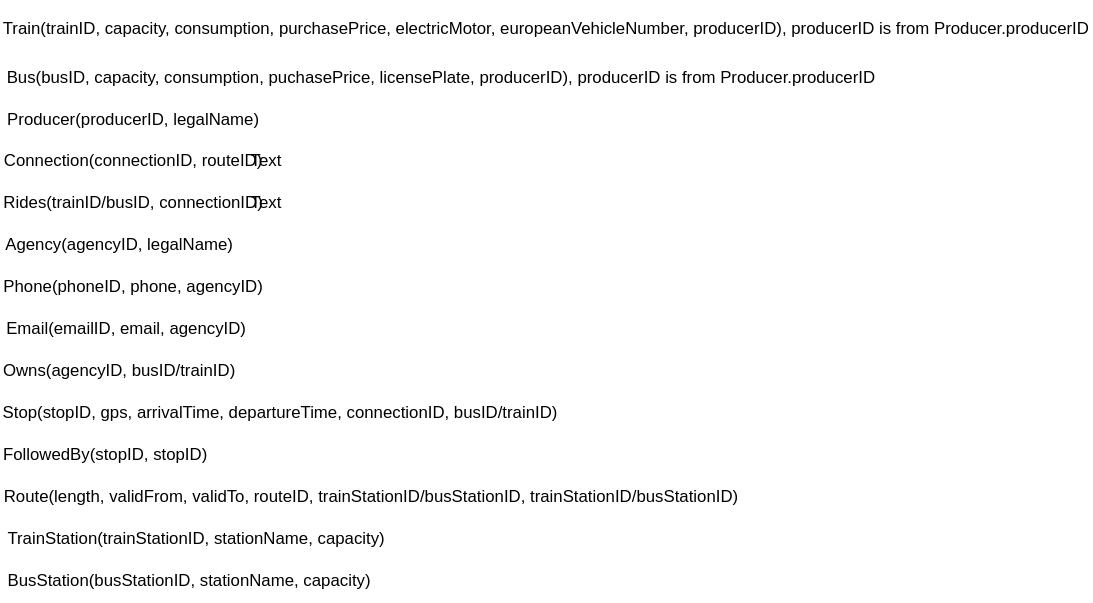
This is 4/model/relational.svg from zhukovdm/T1G4, a draw.io export, as it was before one commit. Source tidied: cells renumbered, new cells last; positions are measured from the earlier drawing's top-left corner, leaving out a move shared by most shapes. Source of this version:
```xml
<mxGraphModel>
  <root>
    <mxCell id="0" />
    <mxCell id="1" parent="0" />
    <mxCell id="2" value="Train(trainID, capacity, consumption, purchasePrice, electricMotor, europeanVehicleNumber, producerID), producerID is from Producer.producerID" style="text;html=1;strokeColor=none;fillColor=none;align=center;verticalAlign=middle;whiteSpace=wrap;rounded=0;" parent="1" vertex="1">
      <mxGeometry width="780" height="40" as="geometry" />
    </mxCell>
    <mxCell id="3" value="Bus(busID, capacity, consumption, puchasePrice, licensePlate, producerID), producerID is from Producer.producerID" style="text;html=1;strokeColor=none;fillColor=none;align=center;verticalAlign=middle;whiteSpace=wrap;rounded=0;" parent="1" vertex="1">
      <mxGeometry y="40" width="630" height="30" as="geometry" />
    </mxCell>
    <mxCell id="4" value="Producer(producerID, legalName)" style="text;html=1;strokeColor=none;fillColor=none;align=center;verticalAlign=middle;whiteSpace=wrap;rounded=0;" parent="1" vertex="1">
      <mxGeometry y="70" width="190" height="30" as="geometry" />
    </mxCell>
    <mxCell id="5" value="Connection(connectionID, routeID)" style="text;html=1;strokeColor=none;fillColor=none;align=center;verticalAlign=middle;whiteSpace=wrap;rounded=0;" parent="1" vertex="1">
      <mxGeometry y="100" width="190" height="30" as="geometry" />
    </mxCell>
    <mxCell id="6" value="Rides(trainID/busID, connectionID)" style="text;html=1;strokeColor=none;fillColor=none;align=center;verticalAlign=middle;whiteSpace=wrap;rounded=0;" parent="1" vertex="1">
      <mxGeometry y="130" width="190" height="30" as="geometry" />
    </mxCell>
    <mxCell id="7" value="Agency(agencyID, legalName)" style="text;html=1;strokeColor=none;fillColor=none;align=center;verticalAlign=middle;whiteSpace=wrap;rounded=0;" parent="1" vertex="1">
      <mxGeometry y="160" width="170" height="30" as="geometry" />
    </mxCell>
    <mxCell id="8" value="Phone(phoneID, phone, agencyID)" style="text;html=1;strokeColor=none;fillColor=none;align=center;verticalAlign=middle;whiteSpace=wrap;rounded=0;" parent="1" vertex="1">
      <mxGeometry y="190" width="190" height="30" as="geometry" />
    </mxCell>
    <mxCell id="9" value="Email(emailID, email, agencyID)" style="text;html=1;strokeColor=none;fillColor=none;align=center;verticalAlign=middle;whiteSpace=wrap;rounded=0;" parent="1" vertex="1">
      <mxGeometry y="220" width="180" height="30" as="geometry" />
    </mxCell>
    <mxCell id="10" value="Owns(agencyID, busID/trainID)" style="text;html=1;strokeColor=none;fillColor=none;align=center;verticalAlign=middle;whiteSpace=wrap;rounded=0;" parent="1" vertex="1">
      <mxGeometry y="250" width="170" height="30" as="geometry" />
    </mxCell>
    <mxCell id="11" value="Text" style="text;html=1;strokeColor=none;fillColor=none;align=center;verticalAlign=middle;whiteSpace=wrap;rounded=0;" parent="1" vertex="1">
      <mxGeometry x="160" y="130" width="60" height="30" as="geometry" />
    </mxCell>
    <mxCell id="12" value="Stop(stopID, gps, arrivalTime, departureTime, connectionID, busID/trainID)" style="text;html=1;strokeColor=none;fillColor=none;align=center;verticalAlign=middle;whiteSpace=wrap;rounded=0;" parent="1" vertex="1">
      <mxGeometry y="280" width="400" height="30" as="geometry" />
    </mxCell>
    <mxCell id="13" value="Text" style="text;html=1;strokeColor=none;fillColor=none;align=center;verticalAlign=middle;whiteSpace=wrap;rounded=0;" parent="1" vertex="1">
      <mxGeometry x="160" y="100" width="60" height="30" as="geometry" />
    </mxCell>
    <mxCell id="14" value="FollowedBy(stopID, stopID)" style="text;html=1;strokeColor=none;fillColor=none;align=center;verticalAlign=middle;whiteSpace=wrap;rounded=0;" parent="1" vertex="1">
      <mxGeometry y="310" width="150" height="30" as="geometry" />
    </mxCell>
    <mxCell id="15" value="Route(length, validFrom, validTo, routeID, trainStationID/busStationID, trainStationID/busStationID)" style="text;html=1;strokeColor=none;fillColor=none;align=center;verticalAlign=middle;whiteSpace=wrap;rounded=0;" parent="1" vertex="1">
      <mxGeometry y="340" width="530" height="30" as="geometry" />
    </mxCell>
    <mxCell id="16" value="TrainStation(trainStationID, stationName, capacity)" style="text;html=1;strokeColor=none;fillColor=none;align=center;verticalAlign=middle;whiteSpace=wrap;rounded=0;" parent="1" vertex="1">
      <mxGeometry y="370" width="280" height="30" as="geometry" />
    </mxCell>
    <mxCell id="17" value="BusStation(busStationID, stationName, capacity)" style="text;html=1;strokeColor=none;fillColor=none;align=center;verticalAlign=middle;whiteSpace=wrap;rounded=0;" parent="1" vertex="1">
      <mxGeometry y="400" width="270" height="30" as="geometry" />
    </mxCell>
  </root>
</mxGraphModel>
```
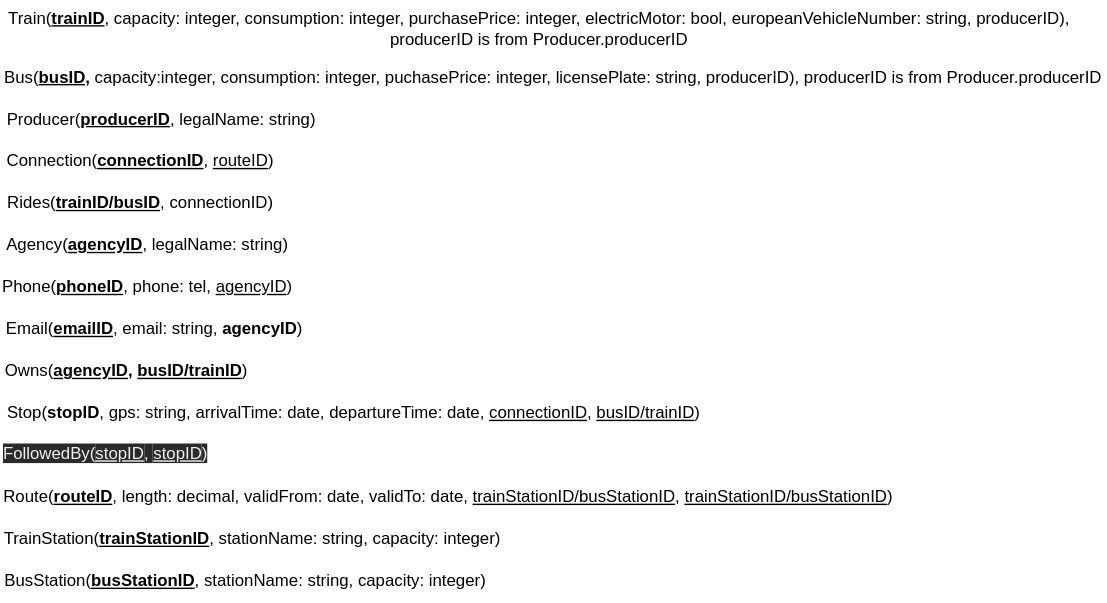
The same file after the commit.

Commit message:
Yassifying svg and drawio scheme, adding data types

The edit, as a diff of the source:
```diff
@@ -2,53 +2,47 @@
   <root>
     <mxCell id="0" />
     <mxCell id="1" parent="0" />
-    <mxCell id="2" value="Train(trainID, capacity, consumption, purchasePrice, electricMotor, europeanVehicleNumber, producerID), producerID is from Producer.producerID" style="text;html=1;strokeColor=none;fillColor=none;align=center;verticalAlign=middle;whiteSpace=wrap;rounded=0;" parent="1" vertex="1">
-      <mxGeometry width="780" height="40" as="geometry" />
+    <mxCell id="2" value="Train(&lt;b&gt;&lt;u&gt;t&lt;/u&gt;&lt;/b&gt;&lt;u&gt;&lt;b&gt;rainID&lt;/b&gt;&lt;/u&gt;, capacity: integer, consumption: integer, purchasePrice: integer, electricMotor: bool, europeanVehicleNumber: string, producerID), producerID is from Producer.producerID" style="text;html=1;strokeColor=none;fillColor=none;align=center;verticalAlign=middle;whiteSpace=wrap;rounded=0;" parent="1" vertex="1">
+      <mxGeometry width="770" height="40" as="geometry" />
     </mxCell>
-    <mxCell id="3" value="Bus(busID, capacity, consumption, puchasePrice, licensePlate, producerID), producerID is from Producer.producerID" style="text;html=1;strokeColor=none;fillColor=none;align=center;verticalAlign=middle;whiteSpace=wrap;rounded=0;" parent="1" vertex="1">
-      <mxGeometry y="40" width="630" height="30" as="geometry" />
+    <mxCell id="3" value="Bus(&lt;b&gt;&lt;u&gt;busID,&lt;/u&gt;&lt;/b&gt; capacity:integer, consumption: integer, puchasePrice: integer, licensePlate: string, producerID), producerID is from Producer.producerID" style="text;html=1;strokeColor=none;fillColor=none;align=center;verticalAlign=middle;whiteSpace=wrap;rounded=0;" parent="1" vertex="1">
+      <mxGeometry y="40" width="790" height="30" as="geometry" />
     </mxCell>
-    <mxCell id="4" value="Producer(producerID, legalName)" style="text;html=1;strokeColor=none;fillColor=none;align=center;verticalAlign=middle;whiteSpace=wrap;rounded=0;" parent="1" vertex="1">
-      <mxGeometry y="70" width="190" height="30" as="geometry" />
+    <mxCell id="4" value="Producer(&lt;b&gt;&lt;u&gt;producerID&lt;/u&gt;&lt;/b&gt;, legalName: string)" style="text;html=1;strokeColor=none;fillColor=none;align=center;verticalAlign=middle;whiteSpace=wrap;rounded=0;" parent="1" vertex="1">
+      <mxGeometry y="70" width="230" height="30" as="geometry" />
     </mxCell>
-    <mxCell id="5" value="Connection(connectionID, routeID)" style="text;html=1;strokeColor=none;fillColor=none;align=center;verticalAlign=middle;whiteSpace=wrap;rounded=0;" parent="1" vertex="1">
-      <mxGeometry y="100" width="190" height="30" as="geometry" />
+    <mxCell id="5" value="Connection(&lt;b&gt;&lt;u&gt;connectionID&lt;/u&gt;&lt;/b&gt;, &lt;u&gt;routeID&lt;/u&gt;)" style="text;html=1;strokeColor=none;fillColor=none;align=center;verticalAlign=middle;whiteSpace=wrap;rounded=0;" parent="1" vertex="1">
+      <mxGeometry y="100" width="200" height="30" as="geometry" />
     </mxCell>
-    <mxCell id="6" value="Rides(trainID/busID, connectionID)" style="text;html=1;strokeColor=none;fillColor=none;align=center;verticalAlign=middle;whiteSpace=wrap;rounded=0;" parent="1" vertex="1">
-      <mxGeometry y="130" width="190" height="30" as="geometry" />
+    <mxCell id="6" value="Rides(&lt;b&gt;&lt;u&gt;trainID/busID&lt;/u&gt;&lt;/b&gt;, connectionID)" style="text;html=1;strokeColor=none;fillColor=none;align=center;verticalAlign=middle;whiteSpace=wrap;rounded=0;" parent="1" vertex="1">
+      <mxGeometry y="130" width="200" height="30" as="geometry" />
     </mxCell>
-    <mxCell id="7" value="Agency(agencyID, legalName)" style="text;html=1;strokeColor=none;fillColor=none;align=center;verticalAlign=middle;whiteSpace=wrap;rounded=0;" parent="1" vertex="1">
-      <mxGeometry y="160" width="170" height="30" as="geometry" />
+    <mxCell id="7" value="Agency(&lt;b&gt;&lt;u&gt;agencyID&lt;/u&gt;&lt;/b&gt;, legalName: string)" style="text;html=1;strokeColor=none;fillColor=none;align=center;verticalAlign=middle;whiteSpace=wrap;rounded=0;" parent="1" vertex="1">
+      <mxGeometry y="160" width="210" height="30" as="geometry" />
     </mxCell>
-    <mxCell id="8" value="Phone(phoneID, phone, agencyID)" style="text;html=1;strokeColor=none;fillColor=none;align=center;verticalAlign=middle;whiteSpace=wrap;rounded=0;" parent="1" vertex="1">
-      <mxGeometry y="190" width="190" height="30" as="geometry" />
+    <mxCell id="8" value="Phone(&lt;b&gt;&lt;u&gt;phoneID&lt;/u&gt;&lt;/b&gt;, phone: tel, &lt;u&gt;agencyID&lt;/u&gt;)" style="text;html=1;strokeColor=none;fillColor=none;align=center;verticalAlign=middle;whiteSpace=wrap;rounded=0;" parent="1" vertex="1">
+      <mxGeometry y="190" width="210" height="30" as="geometry" />
     </mxCell>
-    <mxCell id="9" value="Email(emailID, email, agencyID)" style="text;html=1;strokeColor=none;fillColor=none;align=center;verticalAlign=middle;whiteSpace=wrap;rounded=0;" parent="1" vertex="1">
-      <mxGeometry y="220" width="180" height="30" as="geometry" />
+    <mxCell id="9" value="Email(&lt;b&gt;&lt;u&gt;emailID&lt;/u&gt;&lt;/b&gt;, email: string, &lt;b&gt;agencyID&lt;/b&gt;)" style="text;html=1;strokeColor=none;fillColor=none;align=center;verticalAlign=middle;whiteSpace=wrap;rounded=0;" parent="1" vertex="1">
+      <mxGeometry y="220" width="220" height="30" as="geometry" />
     </mxCell>
-    <mxCell id="10" value="Owns(agencyID, busID/trainID)" style="text;html=1;strokeColor=none;fillColor=none;align=center;verticalAlign=middle;whiteSpace=wrap;rounded=0;" parent="1" vertex="1">
-      <mxGeometry y="250" width="170" height="30" as="geometry" />
+    <mxCell id="10" value="Owns(&lt;b&gt;&lt;u&gt;agencyID&lt;/u&gt;, &lt;u&gt;busID/trainID&lt;/u&gt;&lt;/b&gt;)" style="text;html=1;strokeColor=none;fillColor=none;align=center;verticalAlign=middle;whiteSpace=wrap;rounded=0;" parent="1" vertex="1">
+      <mxGeometry y="250" width="180" height="30" as="geometry" />
     </mxCell>
-    <mxCell id="11" value="Text" style="text;html=1;strokeColor=none;fillColor=none;align=center;verticalAlign=middle;whiteSpace=wrap;rounded=0;" parent="1" vertex="1">
-      <mxGeometry x="160" y="130" width="60" height="30" as="geometry" />
-    </mxCell>
-    <mxCell id="12" value="Stop(stopID, gps, arrivalTime, departureTime, connectionID, busID/trainID)" style="text;html=1;strokeColor=none;fillColor=none;align=center;verticalAlign=middle;whiteSpace=wrap;rounded=0;" parent="1" vertex="1">
-      <mxGeometry y="280" width="400" height="30" as="geometry" />
+    <mxCell id="12" value="Stop(&lt;b&gt;stopID&lt;/b&gt;, gps: string, arrivalTime: date, departureTime: date, &lt;u&gt;connectionID&lt;/u&gt;, &lt;u&gt;busID/trainID&lt;/u&gt;)" style="text;html=1;strokeColor=none;fillColor=none;align=center;verticalAlign=middle;whiteSpace=wrap;rounded=0;" parent="1" vertex="1">
+      <mxGeometry y="280" width="505" height="30" as="geometry" />
     </mxCell>
-    <mxCell id="13" value="Text" style="text;html=1;strokeColor=none;fillColor=none;align=center;verticalAlign=middle;whiteSpace=wrap;rounded=0;" parent="1" vertex="1">
-      <mxGeometry x="160" y="100" width="60" height="30" as="geometry" />
-    </mxCell>
-    <mxCell id="14" value="FollowedBy(stopID, stopID)" style="text;html=1;strokeColor=none;fillColor=none;align=center;verticalAlign=middle;whiteSpace=wrap;rounded=0;" parent="1" vertex="1">
-      <mxGeometry y="310" width="150" height="30" as="geometry" />
-    </mxCell>
-    <mxCell id="15" value="Route(length, validFrom, validTo, routeID, trainStationID/busStationID, trainStationID/busStationID)" style="text;html=1;strokeColor=none;fillColor=none;align=center;verticalAlign=middle;whiteSpace=wrap;rounded=0;" parent="1" vertex="1">
-      <mxGeometry y="340" width="530" height="30" as="geometry" />
+    <mxCell id="15" value="Route(&lt;b&gt;&lt;u&gt;routeID&lt;/u&gt;&lt;/b&gt;,&amp;nbsp;length: decimal, validFrom: date, validTo: date, &lt;u&gt;trainStationID/busStationID&lt;/u&gt;, &lt;u&gt;trainStationID/busStationID&lt;/u&gt;)" style="text;html=1;strokeColor=none;fillColor=none;align=center;verticalAlign=middle;whiteSpace=wrap;rounded=0;" parent="1" vertex="1">
+      <mxGeometry y="340" width="640" height="30" as="geometry" />
     </mxCell>
-    <mxCell id="16" value="TrainStation(trainStationID, stationName, capacity)" style="text;html=1;strokeColor=none;fillColor=none;align=center;verticalAlign=middle;whiteSpace=wrap;rounded=0;" parent="1" vertex="1">
-      <mxGeometry y="370" width="280" height="30" as="geometry" />
+    <mxCell id="16" value="TrainStation(&lt;b&gt;&lt;u&gt;trainStationID&lt;/u&gt;&lt;/b&gt;, stationName: string, capacity: integer)" style="text;html=1;strokeColor=none;fillColor=none;align=center;verticalAlign=middle;whiteSpace=wrap;rounded=0;" parent="1" vertex="1">
+      <mxGeometry y="370" width="360" height="30" as="geometry" />
     </mxCell>
-    <mxCell id="17" value="BusStation(busStationID, stationName, capacity)" style="text;html=1;strokeColor=none;fillColor=none;align=center;verticalAlign=middle;whiteSpace=wrap;rounded=0;" parent="1" vertex="1">
-      <mxGeometry y="400" width="270" height="30" as="geometry" />
+    <mxCell id="17" value="BusStation(&lt;b&gt;&lt;u&gt;busStationID&lt;/u&gt;&lt;/b&gt;, stationName: string, capacity: integer)" style="text;html=1;strokeColor=none;fillColor=none;align=center;verticalAlign=middle;whiteSpace=wrap;rounded=0;" parent="1" vertex="1">
+      <mxGeometry y="400" width="350" height="30" as="geometry" />
     </mxCell>
+    <mxCell id="18" value="&lt;span style=&quot;color: rgb(240, 240, 240); font-family: helvetica; font-size: 12px; font-style: normal; font-weight: 400; letter-spacing: normal; text-align: center; text-indent: 0px; text-transform: none; word-spacing: 0px; background-color: rgb(42, 42, 42); display: inline; float: none;&quot;&gt;FollowedBy(&lt;/span&gt;&lt;u style=&quot;color: rgb(240, 240, 240); font-family: helvetica; font-size: 12px; font-style: normal; font-weight: 400; letter-spacing: normal; text-align: center; text-indent: 0px; text-transform: none; word-spacing: 0px; background-color: rgb(42, 42, 42);&quot;&gt;stopID&lt;/u&gt;&lt;span style=&quot;color: rgb(240, 240, 240); font-family: helvetica; font-size: 12px; font-style: normal; font-weight: 400; letter-spacing: normal; text-align: center; text-indent: 0px; text-transform: none; word-spacing: 0px; background-color: rgb(42, 42, 42); display: inline; float: none;&quot;&gt;,&lt;span&gt;&amp;nbsp;&lt;/span&gt;&lt;/span&gt;&lt;u style=&quot;color: rgb(240, 240, 240); font-family: helvetica; font-size: 12px; font-style: normal; font-weight: 400; letter-spacing: normal; text-align: center; text-indent: 0px; text-transform: none; word-spacing: 0px; background-color: rgb(42, 42, 42);&quot;&gt;stopID&lt;/u&gt;&lt;span style=&quot;color: rgb(240, 240, 240); font-family: helvetica; font-size: 12px; font-style: normal; font-weight: 400; letter-spacing: normal; text-align: center; text-indent: 0px; text-transform: none; word-spacing: 0px; background-color: rgb(42, 42, 42); display: inline; float: none;&quot;&gt;)&lt;/span&gt;" style="text;whiteSpace=wrap;html=1;" parent="1" vertex="1">
+      <mxGeometry y="310" width="170" height="30" as="geometry" />
+    </mxCell>
   </root>
 </mxGraphModel>
```
